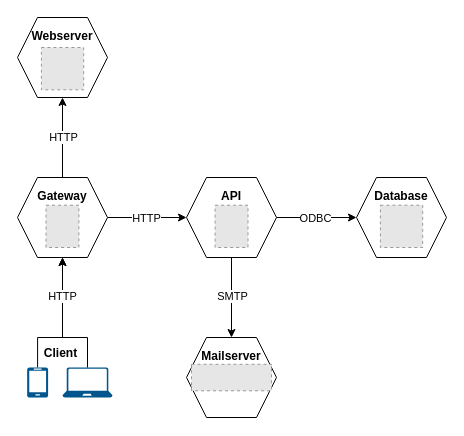
Before: SystemarchitecturePlan.drawio in Daezu/diagrams, a draw.io diagram. Source tidied: cells renumbered, new cells numbered last; positions are measured from the earlier drawing's top-left corner, leaving out a move shared by most shapes. Both pictures are drawn from the tidied source at 100%, with x=0, y=0 at pixel (17, 17). Pictures stored in the file or linked from it are replaced by grey dashed boxes.
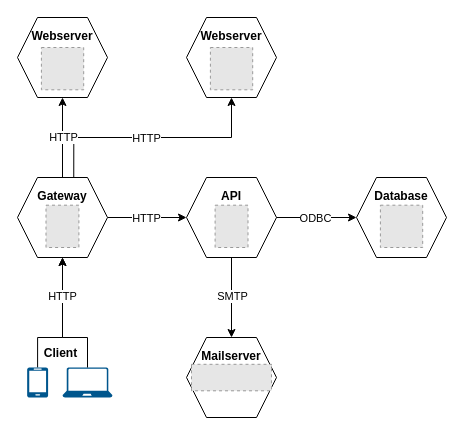
The same diagram, later.

Unchanged cells that the change refers to:
```xml
<mxCell id="19" value="&lt;div&gt;&lt;b style=&quot;background-color: initial;&quot;&gt;Gateway&lt;/b&gt;&lt;/div&gt;&lt;div&gt;&lt;b style=&quot;background-color: initial;&quot;&gt;&lt;br&gt;&lt;/b&gt;&lt;/div&gt;&lt;div&gt;&lt;b style=&quot;background-color: initial;&quot;&gt;&lt;br&gt;&lt;/b&gt;&lt;/div&gt;&lt;div&gt;&lt;br&gt;&lt;/div&gt;" style="shape=hexagon;perimeter=hexagonPerimeter2;whiteSpace=wrap;html=1;fixedSize=1;size=20;" parent="1" vertex="1">
  <mxGeometry y="160" width="90" height="80" as="geometry" />
</mxCell>
```

The edit, as a diff of the source:
```diff
@@
+    <mxCell id="27" style="edgeStyle=orthogonalEdgeStyle;rounded=0;jettySize=auto;html=1;exitX=0.625;exitY=0;exitDx=0;exitDy=0;entryX=0.5;entryY=1;entryDx=0;entryDy=0;" parent="1" edge="1" source="19" target="28">
+      <mxGeometry relative="1" as="geometry" />
+    </mxCell>
@@
+    <mxCell id="28" value="&lt;b&gt;Webserver&lt;/b&gt;&lt;div&gt;&lt;b&gt;&lt;br&gt;&lt;/b&gt;&lt;/div&gt;&lt;div&gt;&lt;b&gt;&lt;br&gt;&lt;/b&gt;&lt;/div&gt;&lt;div&gt;&lt;b&gt;&lt;br&gt;&lt;/b&gt;&lt;/div&gt;" style="shape=hexagon;perimeter=hexagonPerimeter2;whiteSpace=wrap;html=1;fixedSize=1;size=20;" parent="1" vertex="1">
+      <mxGeometry x="169" width="90" height="80" as="geometry" />
+    </mxCell>
+    <mxCell id="29" style="fillColor=#E6E6E6;strokeColor=#999999;dashed=1;verticalLabelPosition=bottom;labelBackgroundColor=default;verticalAlign=top;" parent="1" vertex="1">
+      <mxGeometry x="192.9" y="30" width="42.3" height="42.3" as="geometry" />
+    </mxCell>
+    <mxCell id="30" value="HTTP" style="edgeLabel;html=1;align=center;verticalAlign=middle;" parent="1" vertex="1">
+      <mxGeometry x="128" y="120" as="geometry" />
+    </mxCell>
```
